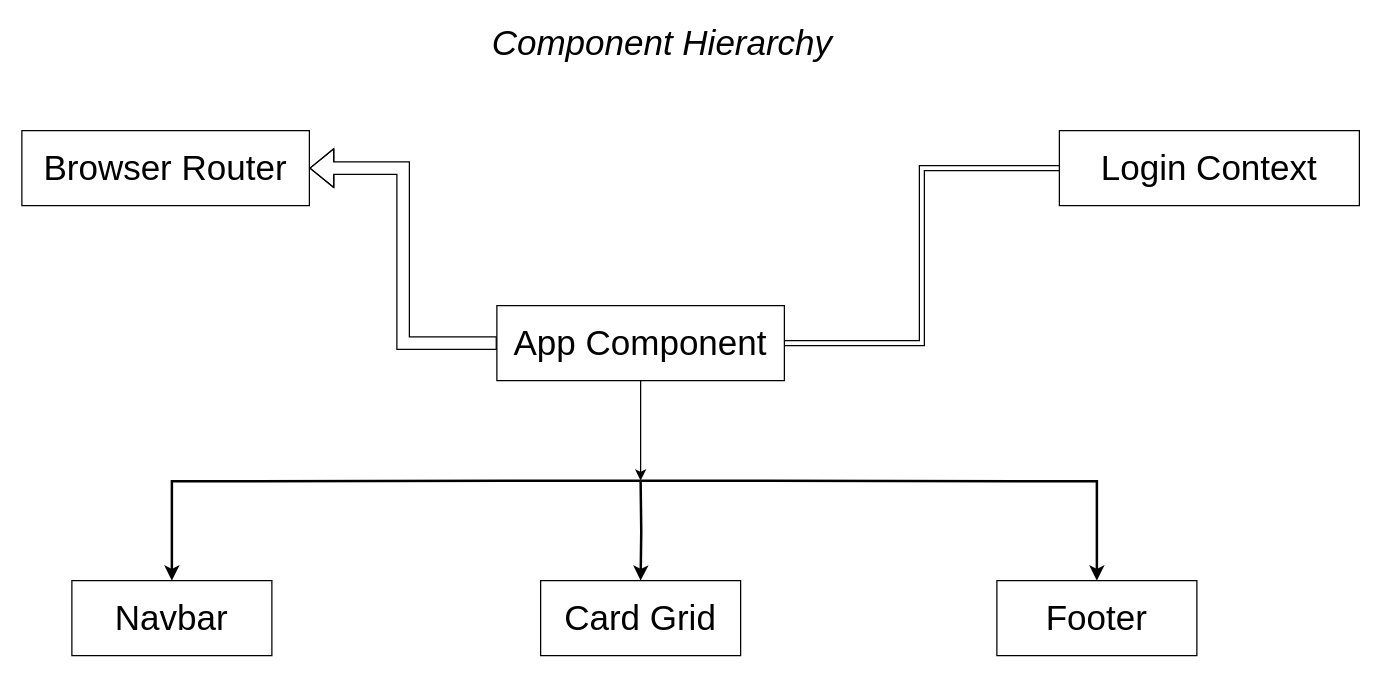
The draw.io diagram page "App Tree" (1 of 4) of diagrams/component-diagrams.drawio in sisackov/recipe-collections-react, before the edit. Source tidied: cells renumbered, new cells numbered last; positions are measured from the earlier drawing's top-left corner, leaving out a move shared by most shapes. Both pictures are drawn from the tidied source at 125%, with x=0, y=0 at pixel (21, 30).
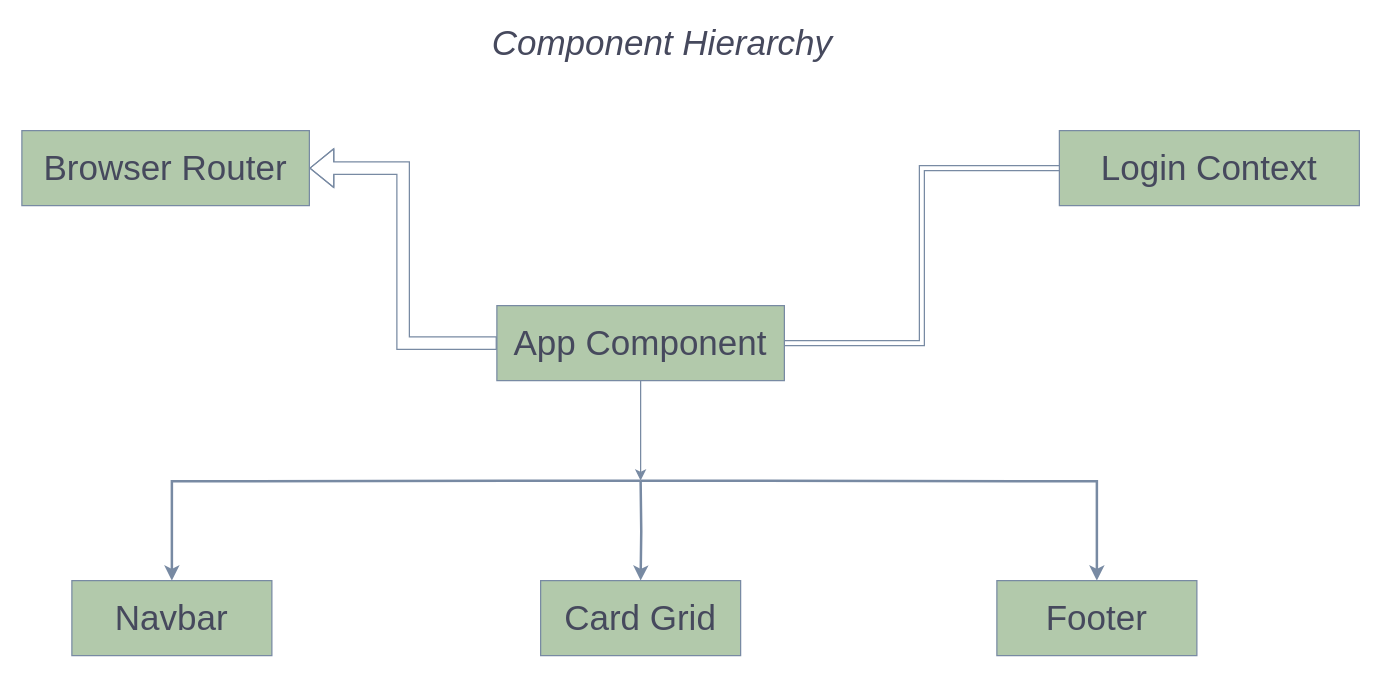
The same page after the edit.

What changed in the source:
```diff
@@
 <mxGraphModel>
   <root>
     <mxCell id="0" />
     <mxCell id="1" parent="0" />
-    <mxCell id="2" style="edgeStyle=orthogonalEdgeStyle;rounded=0;html=1;exitX=0.5;exitY=1;jettySize=auto;fontSize=28;strokeWidth=2;" parent="1" edge="1" target="10">
+    <mxCell id="2" style="edgeStyle=orthogonalEdgeStyle;rounded=0;html=1;exitX=0.5;exitY=1;jettySize=auto;fontSize=28;strokeWidth=2;strokeColor=#788AA3;fontColor=#46495D;" parent="1" edge="1" target="10">
       <mxGeometry relative="1" as="geometry">
         <mxPoint x="495" y="360" as="sourcePoint" />
       </mxGeometry>
     </mxCell>
-    <mxCell id="3" style="edgeStyle=orthogonalEdgeStyle;rounded=0;html=1;exitX=0.5;exitY=1;jettySize=auto;strokeWidth=2;fontSize=28;" parent="1" edge="1" target="9">
+    <mxCell id="3" style="edgeStyle=orthogonalEdgeStyle;rounded=0;html=1;exitX=0.5;exitY=1;jettySize=auto;strokeWidth=2;fontSize=28;strokeColor=#788AA3;fontColor=#46495D;" parent="1" edge="1" target="9">
       <mxGeometry relative="1" as="geometry">
         <mxPoint x="495" y="360" as="sourcePoint" />
       </mxGeometry>
     </mxCell>
-    <mxCell id="4" style="edgeStyle=orthogonalEdgeStyle;rounded=0;html=1;exitX=0.5;exitY=1;jettySize=auto;strokeWidth=2;fontSize=28;" parent="1" edge="1" target="11">
+    <mxCell id="4" style="edgeStyle=orthogonalEdgeStyle;rounded=0;html=1;exitX=0.5;exitY=1;jettySize=auto;strokeWidth=2;fontSize=28;strokeColor=#788AA3;fontColor=#46495D;" parent="1" edge="1" target="11">
       <mxGeometry relative="1" as="geometry">
         <mxPoint x="495" y="360" as="sourcePoint" />
       </mxGeometry>
     </mxCell>
-    <mxCell id="5" style="edgeStyle=elbowEdgeStyle;rounded=0;jettySize=auto;html=1;shape=link;" parent="1" edge="1" source="8" target="13">
+    <mxCell id="5" style="edgeStyle=elbowEdgeStyle;rounded=0;jettySize=auto;html=1;shape=link;strokeColor=#788AA3;fontColor=#46495D;" parent="1" edge="1" source="8" target="13">
       <mxGeometry relative="1" as="geometry" />
     </mxCell>
-    <mxCell id="6" style="edgeStyle=elbowEdgeStyle;rounded=0;jettySize=auto;html=1;" parent="1" edge="1" source="8">
+    <mxCell id="6" style="edgeStyle=elbowEdgeStyle;rounded=0;jettySize=auto;html=1;strokeColor=#788AA3;fontColor=#46495D;" parent="1" edge="1" source="8">
       <mxGeometry relative="1" as="geometry">
         <mxPoint x="495" y="360" as="targetPoint" />
       </mxGeometry>
     </mxCell>
-    <mxCell id="7" style="rounded=0;jettySize=auto;html=1;entryX=1;entryY=0.5;entryDx=0;entryDy=0;edgeStyle=orthogonalEdgeStyle;shape=flexArrow;" parent="1" edge="1" source="8" target="14">
+    <mxCell id="7" style="rounded=0;jettySize=auto;html=1;entryX=1;entryY=0.5;entryDx=0;entryDy=0;edgeStyle=orthogonalEdgeStyle;shape=flexArrow;strokeColor=#788AA3;fontColor=#46495D;" parent="1" edge="1" source="8" target="14">
       <mxGeometry relative="1" as="geometry" />
     </mxCell>
-    <mxCell id="8" value="App Component" style="rounded=0;whiteSpace=wrap;html=1;fontSize=28;align=center;" parent="1" vertex="1">
+    <mxCell id="8" value="App Component" style="rounded=0;whiteSpace=wrap;html=1;fontSize=28;align=center;fillColor=#B2C9AB;strokeColor=#788AA3;fontColor=#46495D;" parent="1" vertex="1">
       <mxGeometry x="380" y="220" width="230" height="60" as="geometry" />
     </mxCell>
-    <mxCell id="9" value="Navbar" style="rounded=0;whiteSpace=wrap;html=1;fontSize=28;align=center;" parent="1" vertex="1">
+    <mxCell id="9" value="Navbar" style="rounded=0;whiteSpace=wrap;html=1;fontSize=28;align=center;fillColor=#B2C9AB;strokeColor=#788AA3;fontColor=#46495D;" parent="1" vertex="1">
       <mxGeometry x="40" y="440" width="160" height="60" as="geometry" />
     </mxCell>
-    <mxCell id="10" value="Card Grid" style="rounded=0;whiteSpace=wrap;html=1;fontSize=28;align=center;" parent="1" vertex="1">
+    <mxCell id="10" value="Card Grid" style="rounded=0;whiteSpace=wrap;html=1;fontSize=28;align=center;fillColor=#B2C9AB;strokeColor=#788AA3;fontColor=#46495D;" parent="1" vertex="1">
       <mxGeometry x="415" y="440" width="160" height="60" as="geometry" />
     </mxCell>
-    <mxCell id="11" value="Footer" style="rounded=0;whiteSpace=wrap;html=1;fontSize=28;align=center;" parent="1" vertex="1">
+    <mxCell id="11" value="Footer" style="rounded=0;whiteSpace=wrap;html=1;fontSize=28;align=center;fillColor=#B2C9AB;strokeColor=#788AA3;fontColor=#46495D;" parent="1" vertex="1">
       <mxGeometry x="780" y="440" width="160" height="60" as="geometry" />
     </mxCell>
-    <mxCell id="12" value="&lt;i&gt;Component Hierarchy&lt;/i&gt;" style="text;html=1;strokeColor=none;fillColor=none;align=center;verticalAlign=middle;whiteSpace=wrap;rounded=0;fontSize=28;" parent="1" vertex="1">
+    <mxCell id="12" value="&lt;i&gt;Component Hierarchy&lt;/i&gt;" style="text;html=1;strokeColor=none;fillColor=none;align=center;verticalAlign=middle;whiteSpace=wrap;rounded=0;fontSize=28;fontColor=#46495D;" parent="1" vertex="1">
       <mxGeometry x="340" width="345" height="20" as="geometry" />
     </mxCell>
-    <mxCell id="13" value="Login Context" style="rounded=0;whiteSpace=wrap;html=1;fontSize=28;align=center;" parent="1" vertex="1">
+    <mxCell id="13" value="Login Context" style="rounded=0;whiteSpace=wrap;html=1;fontSize=28;align=center;fillColor=#B2C9AB;strokeColor=#788AA3;fontColor=#46495D;" parent="1" vertex="1">
       <mxGeometry x="830" y="80" width="240" height="60" as="geometry" />
     </mxCell>
-    <mxCell id="14" value="Browser Router" style="rounded=0;whiteSpace=wrap;html=1;fontSize=28;align=center;" parent="1" vertex="1">
+    <mxCell id="14" value="Browser Router" style="rounded=0;whiteSpace=wrap;html=1;fontSize=28;align=center;fillColor=#B2C9AB;strokeColor=#788AA3;fontColor=#46495D;" parent="1" vertex="1">
       <mxGeometry y="80" width="230" height="60" as="geometry" />
     </mxCell>
   </root>
 </mxGraphModel>
```
